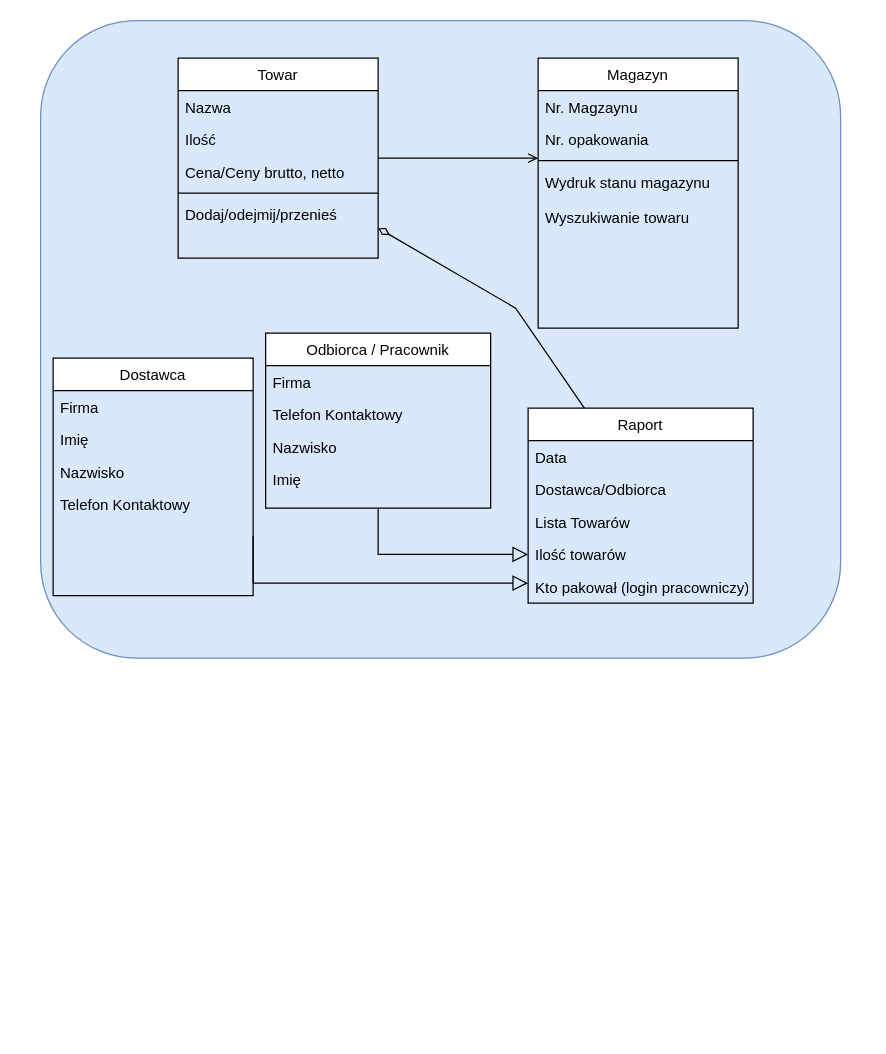
This is Doc/Diagram.drawio from Buczixo/MagazineManagmentProject, a draw.io file, before an edit. Source tidied: cells renumbered, new cells numbered last; positions are measured from the earlier drawing's top-left corner, leaving out a move shared by most shapes. Both pictures are drawn from the tidied source at 125%, with x=0, y=0 at pixel (40, 20).
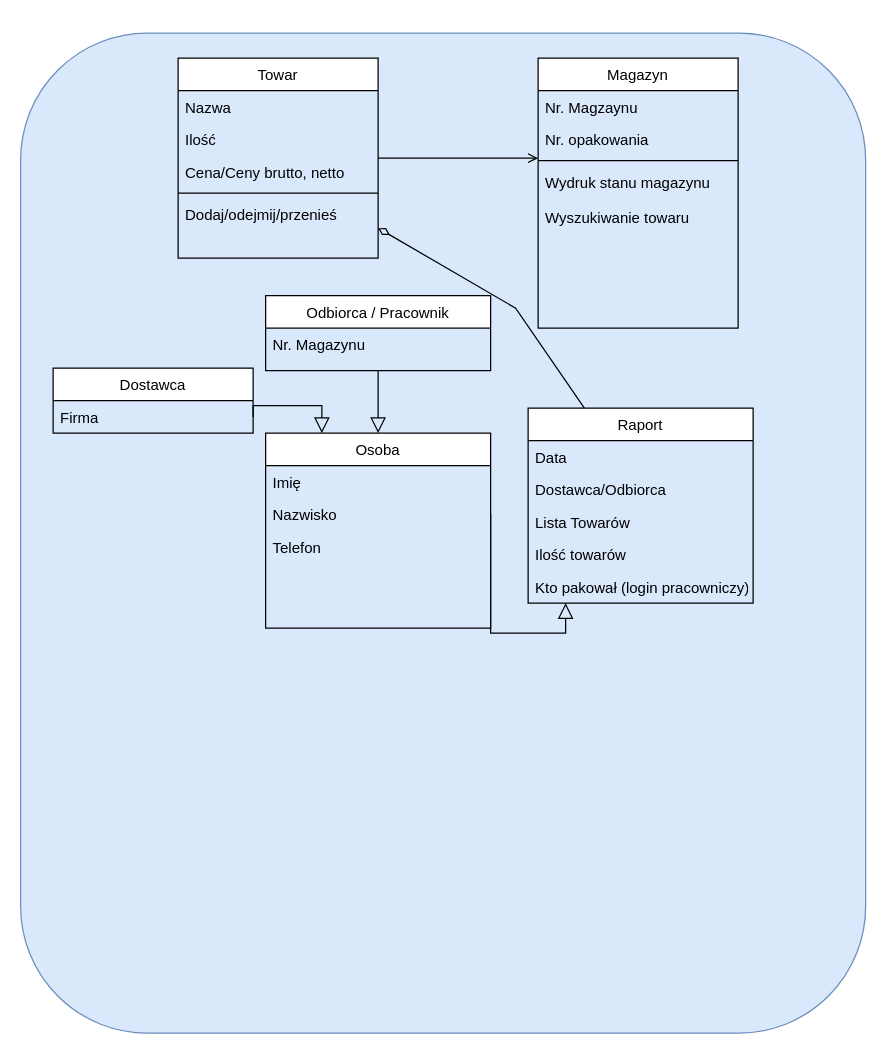
Above is the later version.

Unchanged cells that the change refers to:
```xml
<mxCell id="26" value="Raport" style="swimlane;fontStyle=0;align=center;verticalAlign=top;horizontal=1;startSize=26;rounded=0;shadow=0;strokeWidth=1;" parent="1" vertex="1">
  <mxGeometry x="390" y="310" width="180" height="156" as="geometry" />
</mxCell>
<mxCell id="30" value="Ilość towarów" style="text;align=left;verticalAlign=top;spacingLeft=4;spacingRight=4;overflow=hidden;points=[[0,0.5],[1,0.5]];portConstraint=eastwest;rounded=0;shadow=0;html=0;" parent="26" vertex="1">
  <mxGeometry y="104" width="180" height="26" as="geometry" />
</mxCell>
```

Change to the diagram source:
```diff
@@
     <mxCell id="2" style="rounded=1;whiteSpace=wrap;html=1;fontSize=9;fillColor=#dae8fc;strokeColor=#6c8ebf;" parent="1" vertex="1">
-      <mxGeometry width="640" height="510" as="geometry" />
+      <mxGeometry x="-16" y="10" width="676" height="800" as="geometry" />
     </mxCell>
@@
     <mxCell id="9" value="Dostawca" style="swimlane;fontStyle=0;align=center;verticalAlign=top;horizontal=1;startSize=26;rounded=0;shadow=0;strokeWidth=1;" parent="1" vertex="1">
-      <mxGeometry x="10" y="270" width="160" height="190" as="geometry" />
+      <mxGeometry x="10" y="278" width="160" height="52" as="geometry" />
     </mxCell>
@@
-    <mxCell id="11" value="Imię" style="text;align=left;verticalAlign=top;spacingLeft=4;spacingRight=4;overflow=hidden;rounded=0;shadow=0;html=0;" parent="9" vertex="1">
-      <mxGeometry y="52" width="160" height="26" as="geometry" />
-    </mxCell>
-    <mxCell id="12" value="Nazwisko" style="text;align=left;verticalAlign=top;spacingLeft=4;spacingRight=4;overflow=hidden;rounded=0;shadow=0;html=0;" parent="9" vertex="1">
-      <mxGeometry y="78" width="160" height="26" as="geometry" />
-    </mxCell>
-    <mxCell id="13" value="Telefon Kontaktowy" style="text;align=left;verticalAlign=top;spacingLeft=4;spacingRight=4;overflow=hidden;rounded=0;shadow=0;html=0;" parent="9" vertex="1">
-      <mxGeometry y="104" width="160" height="26" as="geometry" />
-    </mxCell>
     <mxCell id="14" value="Odbiorca / Pracownik" style="swimlane;fontStyle=0;align=center;verticalAlign=top;horizontal=1;startSize=26;rounded=0;shadow=0;strokeWidth=1;" parent="1" vertex="1">
-      <mxGeometry x="180" y="250" width="180" height="140" as="geometry" />
+      <mxGeometry x="180" y="220" width="180" height="60" as="geometry" />
     </mxCell>
-    <mxCell id="15" value="Firma" style="text;align=left;verticalAlign=top;spacingLeft=4;spacingRight=4;overflow=hidden;" parent="14" vertex="1">
+    <mxCell id="15" value="Nr. Magazynu" style="text;align=left;verticalAlign=top;spacingLeft=4;spacingRight=4;overflow=hidden;" parent="14" vertex="1">
       <mxGeometry y="26" width="180" height="26" as="geometry" />
     </mxCell>
-    <mxCell id="16" value="Telefon Kontaktowy" style="text;align=left;verticalAlign=top;spacingLeft=4;spacingRight=4;overflow=hidden;rounded=0;shadow=0;html=0;" parent="14" vertex="1">
-      <mxGeometry y="52" width="180" height="26" as="geometry" />
-    </mxCell>
-    <mxCell id="17" value="Nazwisko" style="text;align=left;verticalAlign=top;spacingLeft=4;spacingRight=4;overflow=hidden;rounded=0;shadow=0;html=0;" parent="14" vertex="1">
-      <mxGeometry y="78" width="180" height="26" as="geometry" />
-    </mxCell>
-    <mxCell id="18" value="Imię" style="text;align=left;verticalAlign=top;spacingLeft=4;spacingRight=4;overflow=hidden;rounded=0;shadow=0;html=0;" parent="14" vertex="1">
-      <mxGeometry y="104" width="180" height="26" as="geometry" />
-    </mxCell>
@@
-    <mxCell id="33" style="endArrow=block;endSize=10;endFill=0;shadow=0;strokeWidth=1;rounded=0;edgeStyle=elbowEdgeStyle;elbow=vertical;entryX=0;entryY=0.5;entryDx=0;entryDy=0;exitX=0.5;exitY=1;exitDx=0;exitDy=0;" parent="1" edge="1" source="14" target="30">
+    <mxCell id="33" style="endArrow=block;endSize=10;endFill=0;shadow=0;strokeWidth=1;rounded=0;edgeStyle=elbowEdgeStyle;elbow=vertical;entryX=0.5;entryY=0;entryDx=0;entryDy=0;exitX=0.5;exitY=1;exitDx=0;exitDy=0;" parent="1" edge="1" source="14" target="35">
       <mxGeometry relative="1" as="geometry">
         <Array as="points">
-          <mxPoint x="340" y="427" />
+          <mxPoint x="250" y="300" />
+          <mxPoint x="240" y="370" />
         </Array>
       </mxGeometry>
     </mxCell>
-    <mxCell id="34" style="endArrow=block;endSize=10;endFill=0;shadow=0;strokeWidth=1;rounded=0;edgeStyle=elbowEdgeStyle;elbow=vertical;exitX=1;exitY=0.75;exitDx=0;exitDy=0;" parent="1" edge="1" source="9">
+    <mxCell id="34" style="endArrow=block;endSize=10;endFill=0;shadow=0;strokeWidth=1;rounded=0;edgeStyle=elbowEdgeStyle;elbow=vertical;exitX=1;exitY=0.75;exitDx=0;exitDy=0;entryX=0.25;entryY=0;entryDx=0;entryDy=0;" parent="1" edge="1" source="9" target="35">
       <mxGeometry relative="1" as="geometry">
-        <mxPoint x="390" y="450" as="targetPoint" />
         <Array as="points">
+          <mxPoint x="190" y="308" />
+          <mxPoint x="120" y="350" />
           <mxPoint x="250" y="450" />
           <mxPoint x="250" y="430" />
         </Array>
       </mxGeometry>
     </mxCell>
+    <mxCell id="35" value="Osoba" style="swimlane;fontStyle=0;align=center;verticalAlign=top;horizontal=1;startSize=26;rounded=0;shadow=0;strokeWidth=1;" parent="1" vertex="1">
+      <mxGeometry x="180" y="330" width="180" height="156" as="geometry" />
+    </mxCell>
+    <mxCell id="36" value="Imię" style="text;align=left;verticalAlign=top;spacingLeft=4;spacingRight=4;overflow=hidden;" parent="35" vertex="1">
+      <mxGeometry y="26" width="180" height="26" as="geometry" />
+    </mxCell>
+    <mxCell id="37" value="Nazwisko" style="text;align=left;verticalAlign=top;spacingLeft=4;spacingRight=4;overflow=hidden;points=[[0,0.5],[1,0.5]];portConstraint=eastwest;rounded=0;shadow=0;html=0;" parent="35" vertex="1">
+      <mxGeometry y="52" width="180" height="26" as="geometry" />
+    </mxCell>
+    <mxCell id="38" value="Telefon" style="text;align=left;verticalAlign=top;spacingLeft=4;spacingRight=4;overflow=hidden;rounded=0;shadow=0;html=0;" parent="35" vertex="1">
+      <mxGeometry y="78" width="180" height="26" as="geometry" />
+    </mxCell>
+    <mxCell id="39" style="endArrow=block;endSize=10;endFill=0;shadow=0;strokeWidth=1;rounded=0;edgeStyle=elbowEdgeStyle;elbow=vertical;exitX=1;exitY=0.5;exitDx=0;exitDy=0;" parent="1" edge="1" source="37" target="26">
+      <mxGeometry relative="1" as="geometry">
+        <Array as="points">
+          <mxPoint x="420" y="490" />
+        </Array>
+      </mxGeometry>
+    </mxCell>
```
